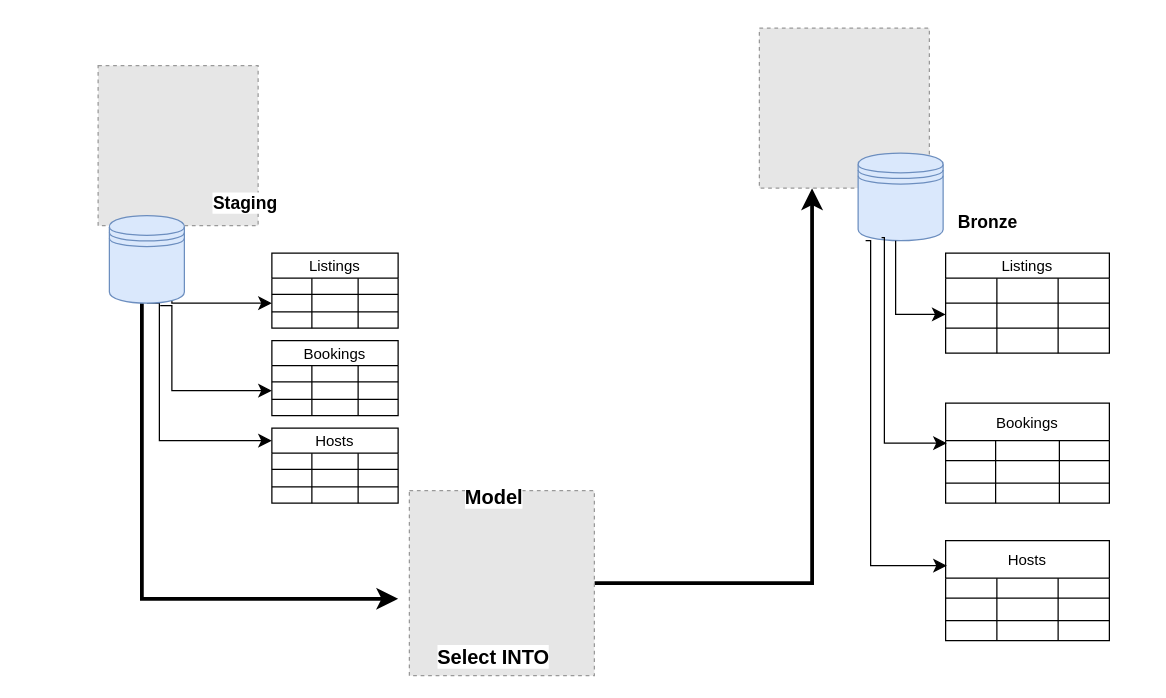
This is dbt_aws_snowflake_project/diagrams/staging_to_bronze.drawio from SSrilakshmi/dbt_aws_snowflake, a draw.io file, before an edit. Source tidied: cells renumbered, new cells numbered last; positions are measured from the earlier drawing's top-left corner, leaving out a move shared by most shapes. Both pictures are drawn from the tidied source at 125%, with x=0, y=0 at pixel (21, 28). Pictures stored in the file or linked from it are replaced by grey dashed boxes.
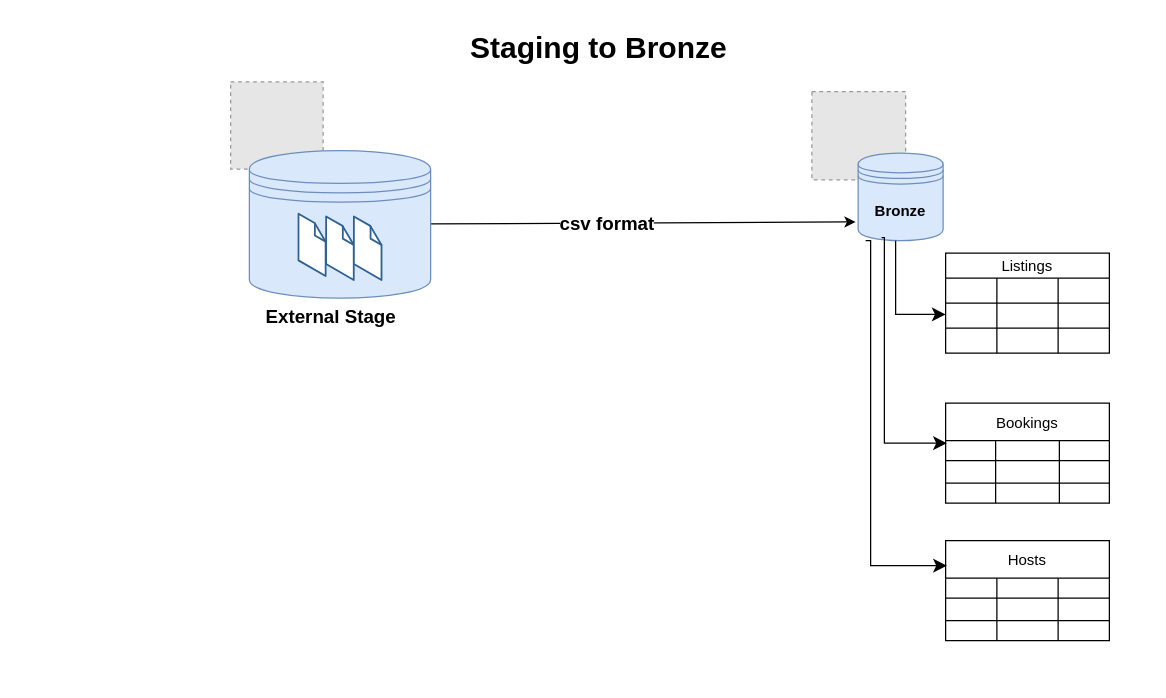
The same diagram, later.

Commit message (it also covers changes not shown here):
added data model diagrams

The change refers to these unchanged cells:
```xml
<mxCell id="7" style="group;" parent="1" vertex="1">
  <mxGeometry x="590" width="308" height="510" as="geometry" />
</mxCell>
```

Diff of the diagram source:
```diff
@@
-    <mxCell id="2" style="edgeStyle=segmentEdgeStyle;endArrow=classic;html=1;curved=0;rounded=0;endSize=8;startSize=8;fontFamily=Helvetica;fontSize=12;fontColor=default;labelBackgroundColor=default;strokeWidth=3;entryX=0.31;entryY=1.001;entryDx=0;entryDy=0;entryPerimeter=0;" parent="1" edge="1" source="4" target="8">
-      <mxGeometry relative="1" as="geometry" />
-    </mxCell>
-    <mxCell id="3" style="group;" parent="1" vertex="1">
-      <mxGeometry x="310" y="360" width="148" height="158" as="geometry" />
-    </mxCell>
-    <mxCell id="4" style="fillColor=#E6E6E6;strokeColor=#999999;dashed=1;verticalLabelPosition=bottom;labelBackgroundColor=default;verticalAlign=top;" parent="3" vertex="1">
-      <mxGeometry y="10" width="148" height="148" as="geometry" />
-    </mxCell>
-    <mxCell id="5" value="&lt;b&gt;&lt;font style=&quot;font-size: 16px;&quot;&gt;Model&lt;/font&gt;&lt;/b&gt;" style="text;html=1;align=center;verticalAlign=middle;whiteSpace=wrap;rounded=0;fontFamily=Helvetica;fontSize=12;fontColor=default;labelBackgroundColor=default;" parent="3" vertex="1">
-      <mxGeometry x="37.5" width="60" height="30" as="geometry" />
-    </mxCell>
-    <mxCell id="6" value="&lt;b&gt;&lt;font style=&quot;font-size: 16px;&quot;&gt;Select INTO&lt;/font&gt;&lt;/b&gt;" style="text;html=1;align=center;verticalAlign=middle;whiteSpace=wrap;rounded=0;fontFamily=Helvetica;fontSize=12;fontColor=default;labelBackgroundColor=default;" parent="3" vertex="1">
-      <mxGeometry x="7" y="128" width="121" height="30" as="geometry" />
-    </mxCell>
@@
     <mxCell id="8" style="fillColor=#E6E6E6;strokeColor=#999999;dashed=1;verticalLabelPosition=bottom;labelBackgroundColor=default;verticalAlign=top;" parent="7" vertex="1">
-      <mxGeometry width="136" height="128" as="geometry" />
+      <mxGeometry x="42" y="50.7" width="75" height="70.6" as="geometry" />
     </mxCell>
-    <mxCell id="9" style="shape=datastore;whiteSpace=wrap;html=1;fillColor=#dae8fc;strokeColor=#6c8ebf;gradientColor=none;gradientDirection=west;" parent="7" vertex="1">
+    <mxCell id="9" value="&lt;b&gt;Bronze&lt;/b&gt;" style="shape=datastore;whiteSpace=wrap;html=1;fillColor=#dae8fc;strokeColor=#6c8ebf;gradientColor=none;gradientDirection=west;" parent="7" vertex="1">
       <mxGeometry x="79" y="100" width="68" height="70" as="geometry" />
     </mxCell>
-    <mxCell id="10" value="&lt;b&gt;&lt;font style=&quot;font-size: 14px;&quot;&gt;Bronze&lt;/font&gt;&lt;/b&gt;" style="text;strokeColor=none;align=center;fillColor=none;html=1;verticalAlign=middle;whiteSpace=wrap;rounded=0;fontFamily=Helvetica;fontSize=12;fontColor=default;labelBackgroundColor=default;" parent="7" vertex="1">
-      <mxGeometry x="149" y="140" width="68" height="30" as="geometry" />
-    </mxCell>
@@
-    <mxCell id="53" style="group;" parent="1" vertex="1">
-      <mxGeometry x="61" y="30" width="250" height="350" as="geometry" />
-    </mxCell>
-    <mxCell id="54" style="group;" parent="53" vertex="1">
-      <mxGeometry width="250" height="280" as="geometry" />
-    </mxCell>
-    <mxCell id="55" style="fillColor=#E6E6E6;strokeColor=#999999;dashed=1;verticalLabelPosition=bottom;labelBackgroundColor=default;verticalAlign=top;" parent="54" vertex="1">
-      <mxGeometry width="128" height="128" as="geometry" />
-    </mxCell>
-    <mxCell id="56" style="group;" parent="54" vertex="1">
-      <mxGeometry x="-61" y="15" width="250" height="240" as="geometry" />
-    </mxCell>
-    <mxCell id="57" value="&lt;b&gt;&lt;font style=&quot;font-size: 14px;&quot;&gt;Staging&lt;/font&gt;&lt;/b&gt;" style="text;strokeColor=none;align=center;fillColor=none;html=1;verticalAlign=middle;whiteSpace=wrap;rounded=0;fontFamily=Helvetica;fontSize=12;fontColor=default;labelBackgroundColor=default;" parent="56" vertex="1">
-      <mxGeometry x="149" y="80" width="60" height="30" as="geometry" />
-    </mxCell>
-    <mxCell id="58" style="edgeStyle=segmentEdgeStyle;endArrow=classic;html=1;curved=0;rounded=0;endSize=8;startSize=8;fontFamily=Helvetica;fontSize=12;fontColor=default;labelBackgroundColor=default;flowAnimation=0;entryX=0;entryY=-0.769;entryDx=0;entryDy=0;entryPerimeter=0;" parent="56" edge="1" target="89">
-      <mxGeometry relative="1" as="geometry">
-        <mxPoint x="100" y="175" as="sourcePoint" />
-        <Array as="points">
-          <mxPoint x="110" y="175" />
-          <mxPoint x="110" y="285" />
-        </Array>
-      </mxGeometry>
-    </mxCell>
-    <mxCell id="59" value="Listings" style="shape=table;startSize=20;childLayout=tableLayout;strokeColor=default;fontSize=12;" parent="56" vertex="1">
-      <mxGeometry x="200" y="135" width="101" height="60" as="geometry" />
-    </mxCell>
-    <mxCell id="60" style="shape=tableRow;horizontal=0;startSize=0;swimlaneHead=0;swimlaneBody=0;strokeColor=inherit;top=0;left=0;bottom=0;right=0;fillColor=none;fontSize=16;" parent="59" vertex="1">
-      <mxGeometry y="20" width="101" height="13" as="geometry" />
-    </mxCell>
-    <mxCell id="61" style="shape=partialRectangle;html=1;whiteSpace=wrap;strokeColor=inherit;overflow=hidden;fillColor=none;top=0;left=0;bottom=0;right=0;fontSize=16;" parent="60" vertex="1">
-      <mxGeometry width="32" height="13" as="geometry" />
-    </mxCell>
-    <mxCell id="62" style="shape=partialRectangle;html=1;whiteSpace=wrap;strokeColor=inherit;overflow=hidden;fillColor=none;top=0;left=0;bottom=0;right=0;fontSize=16;" parent="60" vertex="1">
-      <mxGeometry x="32" width="37" height="13" as="geometry" />
-    </mxCell>
-    <mxCell id="63" style="shape=partialRectangle;html=1;whiteSpace=wrap;strokeColor=inherit;overflow=hidden;fillColor=none;top=0;left=0;bottom=0;right=0;fontSize=16;" parent="60" vertex="1">
-      <mxGeometry x="69" width="32" height="13" as="geometry" />
-    </mxCell>
-    <mxCell id="64" style="shape=tableRow;horizontal=0;startSize=0;swimlaneHead=0;swimlaneBody=0;strokeColor=inherit;top=0;left=0;bottom=0;right=0;fillColor=none;points=[[0,0.5],[1,0.5]];portConstraint=eastwest;fontSize=16;" parent="59" vertex="1">
-      <mxGeometry y="33" width="101" height="14" as="geometry" />
-    </mxCell>
-    <mxCell id="65" style="shape=partialRectangle;html=1;whiteSpace=wrap;strokeColor=inherit;overflow=hidden;fillColor=none;top=0;left=0;bottom=0;right=0;fontSize=16;" parent="64" vertex="1">
-      <mxGeometry width="32" height="14" as="geometry" />
-    </mxCell>
-    <mxCell id="66" style="shape=partialRectangle;html=1;whiteSpace=wrap;strokeColor=inherit;overflow=hidden;fillColor=none;top=0;left=0;bottom=0;right=0;fontSize=16;" parent="64" vertex="1">
-      <mxGeometry x="32" width="37" height="14" as="geometry" />
-    </mxCell>
-    <mxCell id="67" style="shape=partialRectangle;html=1;whiteSpace=wrap;strokeColor=inherit;overflow=hidden;fillColor=none;top=0;left=0;bottom=0;right=0;fontSize=16;" parent="64" vertex="1">
-      <mxGeometry x="69" width="32" height="14" as="geometry" />
-    </mxCell>
-    <mxCell id="68" style="shape=tableRow;horizontal=0;startSize=0;swimlaneHead=0;swimlaneBody=0;strokeColor=inherit;top=0;left=0;bottom=0;right=0;fillColor=none;fontSize=16;" parent="59" vertex="1">
-      <mxGeometry y="47" width="101" height="13" as="geometry" />
-    </mxCell>
-    <mxCell id="69" style="shape=partialRectangle;html=1;whiteSpace=wrap;strokeColor=inherit;overflow=hidden;fillColor=none;top=0;left=0;bottom=0;right=0;fontSize=16;" parent="68" vertex="1">
-      <mxGeometry width="32" height="13" as="geometry" />
-    </mxCell>
-    <mxCell id="70" style="shape=partialRectangle;html=1;whiteSpace=wrap;strokeColor=inherit;overflow=hidden;fillColor=none;top=0;left=0;bottom=0;right=0;fontSize=16;" parent="68" vertex="1">
-      <mxGeometry x="32" width="37" height="13" as="geometry" />
-    </mxCell>
-    <mxCell id="71" style="shape=partialRectangle;html=1;whiteSpace=wrap;strokeColor=inherit;overflow=hidden;fillColor=none;top=0;left=0;bottom=0;right=0;fontSize=16;" parent="68" vertex="1">
-      <mxGeometry x="69" width="32" height="13" as="geometry" />
-    </mxCell>
-    <mxCell id="72" style="edgeStyle=segmentEdgeStyle;endArrow=classic;html=1;curved=0;rounded=0;endSize=8;startSize=8;fontFamily=Helvetica;fontSize=12;fontColor=default;labelBackgroundColor=default;strokeWidth=3;entryX=-0.034;entryY=0.537;entryDx=0;entryDy=0;entryPerimeter=0;" parent="56" edge="1">
-      <mxGeometry relative="1" as="geometry">
-        <mxPoint x="96" y="135" as="sourcePoint" />
-        <mxPoint x="301" y="411.5" as="targetPoint" />
-        <Array as="points">
-          <mxPoint x="96" y="412" />
-        </Array>
-      </mxGeometry>
-    </mxCell>
-    <mxCell id="73" style="edgeStyle=segmentEdgeStyle;endArrow=classic;html=1;curved=0;rounded=0;endSize=8;startSize=8;fontFamily=Helvetica;fontSize=12;fontColor=default;labelBackgroundColor=default;flowAnimation=0;exitX=0.678;exitY=1.029;exitDx=0;exitDy=0;exitPerimeter=0;entryX=0;entryY=0.5;entryDx=0;entryDy=0;" parent="56" edge="1" target="64">
-      <mxGeometry relative="1" as="geometry">
-        <mxPoint x="120" y="172" as="sourcePoint" />
-        <Array as="points">
-          <mxPoint x="120" y="175" />
-        </Array>
-      </mxGeometry>
-    </mxCell>
-    <mxCell id="74" style="shape=datastore;whiteSpace=wrap;html=1;fillColor=#dae8fc;strokeColor=#6c8ebf;gradientColor=none;gradientDirection=west;" parent="54" vertex="1">
-      <mxGeometry x="9" y="120" width="60" height="70" as="geometry" />
-    </mxCell>
-    <mxCell id="75" value="Bookings" style="shape=table;startSize=20;childLayout=tableLayout;strokeColor=default;fontSize=12;" parent="54" vertex="1">
-      <mxGeometry x="139" y="220" width="101" height="60" as="geometry" />
-    </mxCell>
-    <mxCell id="76" style="shape=tableRow;horizontal=0;startSize=0;swimlaneHead=0;swimlaneBody=0;strokeColor=inherit;top=0;left=0;bottom=0;right=0;fillColor=none;fontSize=16;" parent="75" vertex="1">
-      <mxGeometry y="20" width="101" height="13" as="geometry" />
-    </mxCell>
-    <mxCell id="77" style="shape=partialRectangle;html=1;whiteSpace=wrap;strokeColor=inherit;overflow=hidden;fillColor=none;top=0;left=0;bottom=0;right=0;fontSize=16;" parent="76" vertex="1">
-      <mxGeometry width="32" height="13" as="geometry" />
-    </mxCell>
-    <mxCell id="78" style="shape=partialRectangle;html=1;whiteSpace=wrap;strokeColor=inherit;overflow=hidden;fillColor=none;top=0;left=0;bottom=0;right=0;fontSize=16;" parent="76" vertex="1">
-      <mxGeometry x="32" width="37" height="13" as="geometry" />
-    </mxCell>
-    <mxCell id="79" style="shape=partialRectangle;html=1;whiteSpace=wrap;strokeColor=inherit;overflow=hidden;fillColor=none;top=0;left=0;bottom=0;right=0;fontSize=16;" parent="76" vertex="1">
-      <mxGeometry x="69" width="32" height="13" as="geometry" />
-    </mxCell>
-    <mxCell id="80" style="shape=tableRow;horizontal=0;startSize=0;swimlaneHead=0;swimlaneBody=0;strokeColor=inherit;top=0;left=0;bottom=0;right=0;fillColor=none;fontSize=16;" parent="75" vertex="1">
-      <mxGeometry y="33" width="101" height="14" as="geometry" />
-    </mxCell>
-    <mxCell id="81" style="shape=partialRectangle;html=1;whiteSpace=wrap;strokeColor=inherit;overflow=hidden;fillColor=none;top=0;left=0;bottom=0;right=0;fontSize=16;" parent="80" vertex="1">
-      <mxGeometry width="32" height="14" as="geometry" />
-    </mxCell>
-    <mxCell id="82" style="shape=partialRectangle;html=1;whiteSpace=wrap;strokeColor=inherit;overflow=hidden;fillColor=none;top=0;left=0;bottom=0;right=0;fontSize=16;" parent="80" vertex="1">
-      <mxGeometry x="32" width="37" height="14" as="geometry" />
-    </mxCell>
-    <mxCell id="83" style="shape=partialRectangle;html=1;whiteSpace=wrap;strokeColor=inherit;overflow=hidden;fillColor=none;top=0;left=0;bottom=0;right=0;fontSize=16;" parent="80" vertex="1">
-      <mxGeometry x="69" width="32" height="14" as="geometry" />
-    </mxCell>
-    <mxCell id="84" style="shape=tableRow;horizontal=0;startSize=0;swimlaneHead=0;swimlaneBody=0;strokeColor=inherit;top=0;left=0;bottom=0;right=0;fillColor=none;fontSize=16;" parent="75" vertex="1">
-      <mxGeometry y="47" width="101" height="13" as="geometry" />
-    </mxCell>
-    <mxCell id="85" style="shape=partialRectangle;html=1;whiteSpace=wrap;strokeColor=inherit;overflow=hidden;fillColor=none;top=0;left=0;bottom=0;right=0;fontSize=16;" parent="84" vertex="1">
-      <mxGeometry width="32" height="13" as="geometry" />
-    </mxCell>
-    <mxCell id="86" style="shape=partialRectangle;html=1;whiteSpace=wrap;strokeColor=inherit;overflow=hidden;fillColor=none;top=0;left=0;bottom=0;right=0;fontSize=16;" parent="84" vertex="1">
-      <mxGeometry x="32" width="37" height="13" as="geometry" />
-    </mxCell>
-    <mxCell id="87" style="shape=partialRectangle;html=1;whiteSpace=wrap;strokeColor=inherit;overflow=hidden;fillColor=none;top=0;left=0;bottom=0;right=0;fontSize=16;" parent="84" vertex="1">
-      <mxGeometry x="69" width="32" height="13" as="geometry" />
-    </mxCell>
-    <mxCell id="88" value="Hosts" style="shape=table;startSize=20;childLayout=tableLayout;strokeColor=default;fontSize=12;" parent="53" vertex="1">
-      <mxGeometry x="139" y="290" width="101" height="60" as="geometry" />
-    </mxCell>
-    <mxCell id="89" style="shape=tableRow;horizontal=0;startSize=0;swimlaneHead=0;swimlaneBody=0;strokeColor=inherit;top=0;left=0;bottom=0;right=0;fillColor=none;points=[[0,0.5],[1,0.5]];portConstraint=eastwest;fontSize=16;" parent="88" vertex="1">
-      <mxGeometry y="20" width="101" height="13" as="geometry" />
-    </mxCell>
-    <mxCell id="90" style="shape=partialRectangle;html=1;whiteSpace=wrap;strokeColor=inherit;overflow=hidden;fillColor=none;top=0;left=0;bottom=0;right=0;fontSize=16;" parent="89" vertex="1">
-      <mxGeometry width="32" height="13" as="geometry" />
-    </mxCell>
-    <mxCell id="91" style="shape=partialRectangle;html=1;whiteSpace=wrap;strokeColor=inherit;overflow=hidden;fillColor=none;top=0;left=0;bottom=0;right=0;fontSize=16;" parent="89" vertex="1">
-      <mxGeometry x="32" width="37" height="13" as="geometry" />
-    </mxCell>
-    <mxCell id="92" style="shape=partialRectangle;html=1;whiteSpace=wrap;strokeColor=inherit;overflow=hidden;fillColor=none;top=0;left=0;bottom=0;right=0;fontSize=12;" parent="89" vertex="1">
-      <mxGeometry x="69" width="32" height="13" as="geometry" />
-    </mxCell>
-    <mxCell id="93" style="shape=tableRow;horizontal=0;startSize=0;swimlaneHead=0;swimlaneBody=0;strokeColor=inherit;top=0;left=0;bottom=0;right=0;fillColor=none;fontSize=16;" parent="88" vertex="1">
-      <mxGeometry y="33" width="101" height="14" as="geometry" />
-    </mxCell>
-    <mxCell id="94" style="shape=partialRectangle;html=1;whiteSpace=wrap;strokeColor=inherit;overflow=hidden;fillColor=none;top=0;left=0;bottom=0;right=0;fontSize=16;" parent="93" vertex="1">
-      <mxGeometry width="32" height="14" as="geometry" />
-    </mxCell>
-    <mxCell id="95" style="shape=partialRectangle;html=1;whiteSpace=wrap;strokeColor=inherit;overflow=hidden;fillColor=none;top=0;left=0;bottom=0;right=0;fontSize=16;" parent="93" vertex="1">
-      <mxGeometry x="32" width="37" height="14" as="geometry" />
-    </mxCell>
-    <mxCell id="96" style="shape=partialRectangle;html=1;whiteSpace=wrap;strokeColor=inherit;overflow=hidden;fillColor=none;top=0;left=0;bottom=0;right=0;fontSize=16;" parent="93" vertex="1">
-      <mxGeometry x="69" width="32" height="14" as="geometry" />
-    </mxCell>
-    <mxCell id="97" style="shape=tableRow;horizontal=0;startSize=0;swimlaneHead=0;swimlaneBody=0;strokeColor=inherit;top=0;left=0;bottom=0;right=0;fillColor=none;fontSize=16;" parent="88" vertex="1">
-      <mxGeometry y="47" width="101" height="13" as="geometry" />
-    </mxCell>
-    <mxCell id="98" style="shape=partialRectangle;html=1;whiteSpace=wrap;strokeColor=inherit;overflow=hidden;fillColor=none;top=0;left=0;bottom=0;right=0;fontSize=16;" parent="97" vertex="1">
-      <mxGeometry width="32" height="13" as="geometry" />
-    </mxCell>
-    <mxCell id="99" style="shape=partialRectangle;html=1;whiteSpace=wrap;strokeColor=inherit;overflow=hidden;fillColor=none;top=0;left=0;bottom=0;right=0;fontSize=16;" parent="97" vertex="1">
-      <mxGeometry x="32" width="37" height="13" as="geometry" />
-    </mxCell>
-    <mxCell id="100" style="shape=partialRectangle;html=1;whiteSpace=wrap;strokeColor=inherit;overflow=hidden;fillColor=none;top=0;left=0;bottom=0;right=0;fontSize=16;" parent="97" vertex="1">
-      <mxGeometry x="69" width="32" height="13" as="geometry" />
-    </mxCell>
-    <mxCell id="101" style="edgeStyle=segmentEdgeStyle;endArrow=classic;html=1;curved=0;rounded=0;endSize=8;startSize=8;fontFamily=Helvetica;fontSize=12;fontColor=default;labelBackgroundColor=default;flowAnimation=0;exitX=0.678;exitY=1.029;exitDx=0;exitDy=0;exitPerimeter=0;" parent="53" edge="1" source="74">
-      <mxGeometry relative="1" as="geometry">
-        <mxPoint x="139" y="260" as="targetPoint" />
-        <Array as="points">
-          <mxPoint x="59" y="192" />
-          <mxPoint x="59" y="260" />
-        </Array>
-      </mxGeometry>
-    </mxCell>
+    <mxCell id="102" style="fillColor=#E6E6E6;strokeColor=#999999;dashed=1;verticalLabelPosition=bottom;labelBackgroundColor=none;verticalAlign=top;" parent="1" vertex="1">
+      <mxGeometry x="167" y="43" width="74" height="69.7" as="geometry" />
+    </mxCell>
+    <mxCell id="103" value="&lt;h1 style=&quot;margin-top: 0px;&quot;&gt;Staging to Bronze&lt;/h1&gt;" style="text;html=1;whiteSpace=wrap;overflow=hidden;rounded=0;" parent="1" vertex="1">
+      <mxGeometry x="357" y="-5" width="250" height="40" as="geometry" />
+    </mxCell>
+    <mxCell id="104" value="&lt;font style=&quot;font-size: 15px;&quot;&gt;&lt;b style=&quot;&quot;&gt;External Stage&lt;/b&gt;&lt;/font&gt;" style="text;html=1;align=center;verticalAlign=middle;whiteSpace=wrap;rounded=0;" parent="1" vertex="1">
+      <mxGeometry x="175" y="215" width="145" height="30" as="geometry" />
+    </mxCell>
+    <mxCell id="105" style="group;" parent="1" vertex="1">
+      <mxGeometry x="182" y="98" width="145" height="118" as="geometry" />
+    </mxCell>
+    <mxCell id="106" style="edgeStyle=none;html=1;" parent="105" edge="1" source="108">
+      <mxGeometry relative="1" as="geometry">
+        <mxPoint x="485" y="57" as="targetPoint" />
+      </mxGeometry>
+    </mxCell>
+    <mxCell id="107" value="csv format" style="edgeLabel;html=1;align=center;verticalAlign=middle;fontSize=15;fontStyle=1;" parent="106" vertex="1">
+      <mxGeometry x="-0.17" relative="1" as="geometry" />
+    </mxCell>
+    <mxCell id="108" style="shape=datastore;whiteSpace=wrap;html=1;fillColor=#dae8fc;strokeColor=#6c8ebf;gradientColor=none;gradientDirection=west;" parent="105" vertex="1">
+      <mxGeometry width="145" height="118" as="geometry" />
+    </mxCell>
+    <mxCell id="109" style="verticalLabelPosition=bottom;html=1;verticalAlign=top;strokeWidth=1;align=center;dashed=0;shape=mxgraph.aws3d.file;strokeColor=#2d6195;fillColor=#ffffff;" parent="105" vertex="1">
+      <mxGeometry x="39.3" y="50.5" width="21.7" height="49.8" as="geometry" />
+    </mxCell>
+    <mxCell id="110" style="verticalLabelPosition=bottom;html=1;verticalAlign=top;strokeWidth=1;align=center;dashed=0;shape=mxgraph.aws3d.file;strokeColor=#2d6195;fillColor=#ffffff;" parent="105" vertex="1">
+      <mxGeometry x="61.4" y="52.7" width="22.1" height="50.8" as="geometry" />
+    </mxCell>
+    <mxCell id="111" style="verticalLabelPosition=bottom;html=1;verticalAlign=top;strokeWidth=1;align=center;dashed=0;shape=mxgraph.aws3d.file;strokeColor=#2d6195;fillColor=#ffffff;" parent="105" vertex="1">
+      <mxGeometry x="83.6" y="52.7" width="22.1" height="50.8" as="geometry" />
+    </mxCell>
```
